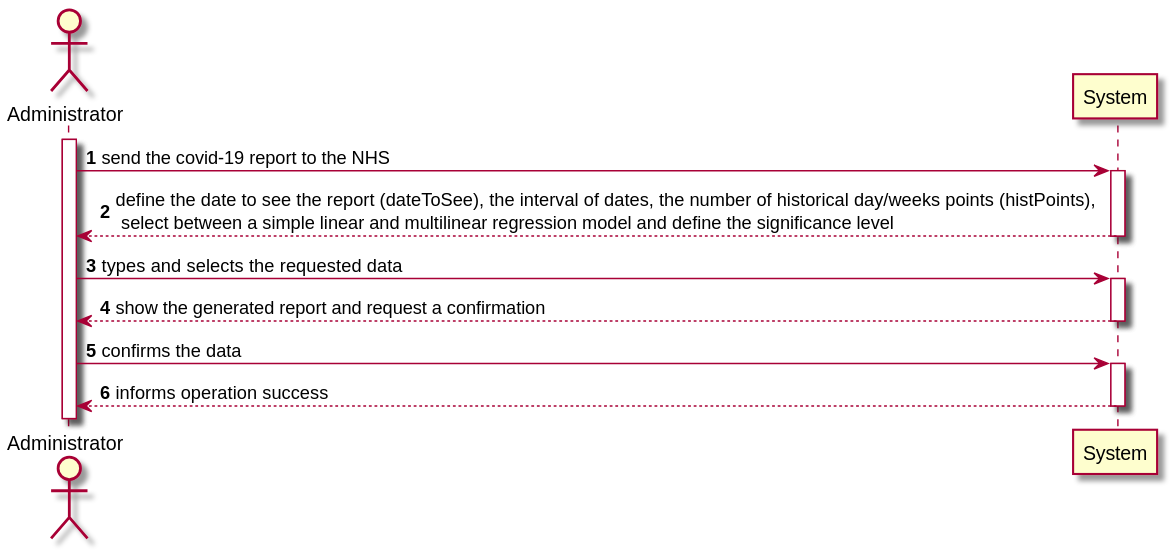
Earlier version of the PlantUML export docs/SprintD/US18/US18-SSD.svg (0franciscor/lei-21-s2-1de-g19).
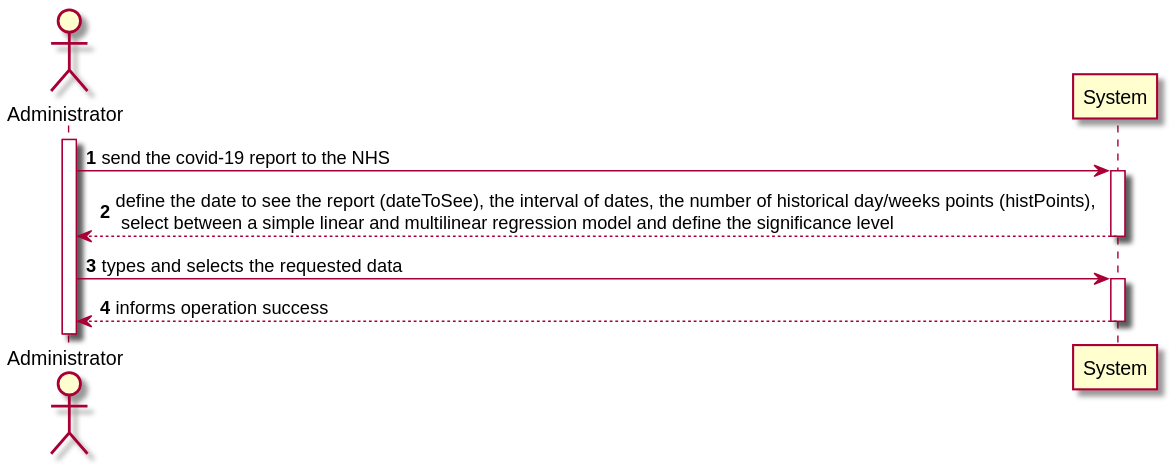
After the change.

Diff of the diagram source:
```diff
@@ -7,8 +7,6 @@
 A -> System ++: send the covid-19 report to the NHS
 System -->  A --: define the date to see the report (dateToSee), the interval of dates, the number of historical day/weeks points (histPoints), \n select between a simple linear and multilinear regression model and define the significance level
 A -> System ++: types and selects the requested data
-System -->  A --: show the generated report and request a confirmation
-A -> System ++: confirms the data
-System --> A --: informs operation success
+System -->  A --: informs operation success
 
 @enduml
```
